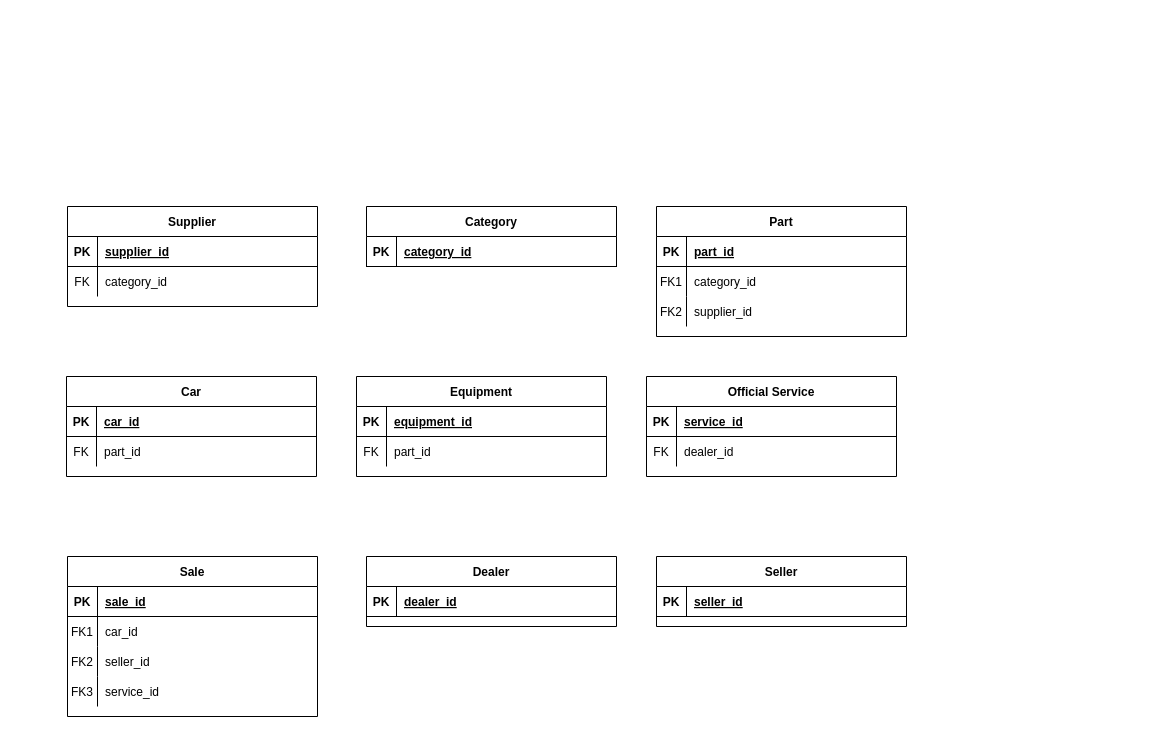
The draw.io diagram postgresql.drawio in yohana993/Postgresql, before the edit. Source tidied: cells renumbered, new cells numbered last; positions are measured from the earlier drawing's top-left corner, leaving out a move shared by most shapes. Both pictures are drawn from the tidied source at 100%, with x=0, y=0 at pixel (66, 206).
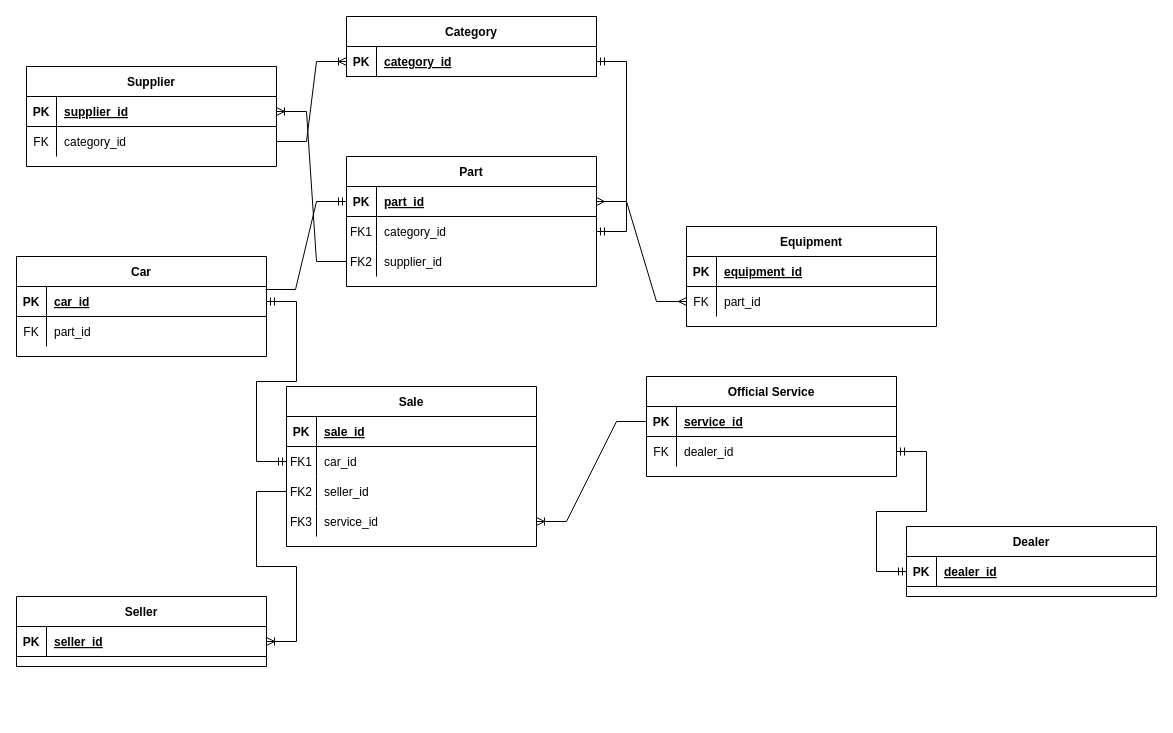
After the change.

The change refers to these unchanged cells:
```xml
<mxCell id="3" style="shape=partialRectangle;fillColor=none;points=[[0,0.5],[1,0.5]];portConstraint=eastwest;top=0;left=0;right=0;bottom=1;" parent="2" vertex="1">
  <mxGeometry y="30" width="250" height="30" as="geometry" />
</mxCell>
<mxCell id="7" style="shape=partialRectangle;fillColor=none;points=[[0,0.5],[1,0.5]];portConstraint=eastwest;top=0;left=0;right=0;bottom=1;" parent="6" vertex="1">
  <mxGeometry y="30" width="250" height="30" as="geometry" />
</mxCell>
<mxCell id="14" style="shape=partialRectangle;fillColor=none;points=[[0,0.5],[1,0.5]];portConstraint=eastwest;top=0;left=0;right=0;bottom=1;" parent="13" vertex="1">
  <mxGeometry y="30" width="250" height="30" as="geometry" />
</mxCell>
<mxCell id="17" style="shape=partialRectangle;fillColor=none;points=[[0,0.5],[1,0.5]];portConstraint=eastwest;top=0;left=0;right=0;bottom=0;" parent="13" vertex="1">
  <mxGeometry y="60" width="250" height="30" as="geometry" />
</mxCell>
<mxCell id="24" style="shape=partialRectangle;fillColor=none;points=[[0,0.5],[1,0.5]];portConstraint=eastwest;top=0;left=0;right=0;bottom=0;" parent="20" vertex="1">
  <mxGeometry y="60" width="250" height="30" as="geometry" />
</mxCell>
<mxCell id="27" style="shape=partialRectangle;fillColor=none;points=[[0,0.5],[1,0.5]];portConstraint=eastwest;top=0;left=0;right=0;bottom=0;" parent="20" vertex="1">
  <mxGeometry y="90" width="250" height="30" as="geometry" />
</mxCell>
<mxCell id="30" style="shape=partialRectangle;fillColor=none;points=[[0,0.5],[1,0.5]];portConstraint=eastwest;top=0;left=0;right=0;bottom=0;" parent="20" vertex="1">
  <mxGeometry y="120" width="250" height="30" as="geometry" />
</mxCell>
<mxCell id="34" style="shape=partialRectangle;fillColor=none;points=[[0,0.5],[1,0.5]];portConstraint=eastwest;top=0;left=0;right=0;bottom=1;" parent="33" vertex="1">
  <mxGeometry y="30" width="250" height="30" as="geometry" />
</mxCell>
<mxCell id="38" style="shape=partialRectangle;fillColor=none;points=[[0,0.5],[1,0.5]];portConstraint=eastwest;top=0;left=0;right=0;bottom=1;" parent="37" vertex="1">
  <mxGeometry y="30" width="250" height="30" as="geometry" />
</mxCell>
<mxCell id="42" style="shape=partialRectangle;fillColor=none;points=[[0,0.5],[1,0.5]];portConstraint=eastwest;top=0;left=0;right=0;bottom=1;" parent="41" vertex="1">
  <mxGeometry y="30" width="250" height="30" as="geometry" />
</mxCell>
<mxCell id="45" style="shape=partialRectangle;fillColor=none;points=[[0,0.5],[1,0.5]];portConstraint=eastwest;top=0;left=0;right=0;bottom=0;" parent="41" vertex="1">
  <mxGeometry y="60" width="250" height="30" as="geometry" />
</mxCell>
<mxCell id="49" style="shape=partialRectangle;fillColor=none;points=[[0,0.5],[1,0.5]];portConstraint=eastwest;top=0;left=0;right=0;bottom=1;" parent="48" vertex="1">
  <mxGeometry y="30" width="250" height="30" as="geometry" />
</mxCell>
<mxCell id="52" style="shape=partialRectangle;fillColor=none;points=[[0,0.5],[1,0.5]];portConstraint=eastwest;top=0;left=0;right=0;bottom=0;" parent="48" vertex="1">
  <mxGeometry y="60" width="250" height="30" as="geometry" />
</mxCell>
<mxCell id="55" style="shape=partialRectangle;fillColor=none;points=[[0,0.5],[1,0.5]];portConstraint=eastwest;top=0;left=0;right=0;bottom=0;" parent="48" vertex="1">
  <mxGeometry y="90" width="250" height="30" as="geometry" />
</mxCell>
<mxCell id="62" style="shape=partialRectangle;fillColor=none;points=[[0,0.5],[1,0.5]];portConstraint=eastwest;top=0;left=0;right=0;bottom=0;" parent="58" vertex="1">
  <mxGeometry y="60" width="250" height="30" as="geometry" />
</mxCell>
```

Diff of the diagram source:
```diff
@@
     <mxCell id="2" value="Category" style="shape=table;startSize=30;childLayout=tableLayout;rowLines=0;fontStyle=1;align=center;" parent="1" vertex="1">
-      <mxGeometry x="300" width="250" height="60" as="geometry" />
+      <mxGeometry x="280" y="-190" width="250" height="60" as="geometry" />
     </mxCell>
@@
     <mxCell id="6" value="Car" style="shape=table;startSize=30;childLayout=tableLayout;rowLines=0;fontStyle=1;align=center;" parent="1" vertex="1">
-      <mxGeometry y="170" width="250" height="100" as="geometry" />
+      <mxGeometry x="-50" y="50" width="250" height="100" as="geometry" />
     </mxCell>
@@
     <mxCell id="20" value="Sale" style="shape=table;startSize=30;childLayout=tableLayout;rowLines=0;fontStyle=1;align=center;" parent="1" vertex="1">
-      <mxGeometry x="1" y="350" width="250" height="160" as="geometry" />
+      <mxGeometry x="220" y="180" width="250" height="160" as="geometry" />
     </mxCell>
@@
     <mxCell id="33" value="Dealer" style="shape=table;startSize=30;childLayout=tableLayout;rowLines=0;fontStyle=1;align=center;" parent="1" vertex="1">
-      <mxGeometry x="300" y="350" width="250" height="70" as="geometry" />
+      <mxGeometry x="840" y="320" width="250" height="70" as="geometry" />
     </mxCell>
@@
     <mxCell id="37" value="Seller" style="shape=table;startSize=30;childLayout=tableLayout;rowLines=0;fontStyle=1;align=center;" parent="1" vertex="1">
-      <mxGeometry x="590" y="350" width="250" height="70" as="geometry" />
+      <mxGeometry x="-50" y="390" width="250" height="70" as="geometry" />
     </mxCell>
@@
     <mxCell id="41" value="Supplier" style="shape=table;startSize=30;childLayout=tableLayout;rowLines=0;fontStyle=1;align=center;" parent="1" vertex="1">
-      <mxGeometry x="1" width="250" height="100" as="geometry" />
+      <mxGeometry x="-40" y="-140" width="250" height="100" as="geometry" />
     </mxCell>
@@
     <mxCell id="48" value="Part" style="shape=table;startSize=30;childLayout=tableLayout;rowLines=0;fontStyle=1;align=center;" parent="1" vertex="1">
-      <mxGeometry x="590" width="250" height="130" as="geometry" />
+      <mxGeometry x="280" y="-50" width="250" height="130" as="geometry" />
     </mxCell>
@@
     <mxCell id="58" value="Equipment" style="shape=table;startSize=30;childLayout=tableLayout;rowLines=0;fontStyle=1;align=center;" parent="1" vertex="1">
-      <mxGeometry x="290" y="170" width="250" height="100" as="geometry" />
+      <mxGeometry x="620" y="20" width="250" height="100" as="geometry" />
     </mxCell>
@@
+    <mxCell id="65" style="edgeStyle=entityRelationEdgeStyle;fontSize=12;html=1;endArrow=ERoneToMany;rounded=0;entryX=1;entryY=0.5;entryDx=0;entryDy=0;exitX=0;exitY=0.5;exitDx=0;exitDy=0;" parent="1" edge="1" source="27" target="38">
+      <mxGeometry relative="1" as="geometry" />
+    </mxCell>
+    <mxCell id="66" style="edgeStyle=entityRelationEdgeStyle;fontSize=12;html=1;endArrow=ERmandOne;startArrow=ERmandOne;rounded=0;entryX=0;entryY=0.5;entryDx=0;entryDy=0;exitX=1;exitY=0.5;exitDx=0;exitDy=0;" parent="1" edge="1" source="17" target="34">
+      <mxGeometry relative="1" as="geometry" />
+    </mxCell>
+    <mxCell id="67" style="edgeStyle=entityRelationEdgeStyle;fontSize=12;html=1;endArrow=ERmandOne;startArrow=ERmandOne;rounded=0;exitX=1;exitY=0.5;exitDx=0;exitDy=0;entryX=0;entryY=0.5;entryDx=0;entryDy=0;" parent="1" edge="1" source="7" target="24">
+      <mxGeometry relative="1" as="geometry" />
+    </mxCell>
+    <mxCell id="68" style="edgeStyle=entityRelationEdgeStyle;fontSize=12;html=1;endArrow=ERoneToMany;rounded=0;exitX=1;exitY=0.5;exitDx=0;exitDy=0;entryX=0;entryY=0.5;entryDx=0;entryDy=0;" parent="1" edge="1" source="45" target="3">
+      <mxGeometry relative="1" as="geometry" />
+    </mxCell>
+    <mxCell id="69" style="edgeStyle=entityRelationEdgeStyle;fontSize=12;html=1;endArrow=ERmandOne;startArrow=ERmandOne;rounded=0;entryX=1;entryY=0.5;entryDx=0;entryDy=0;exitX=1;exitY=0.5;exitDx=0;exitDy=0;" parent="1" edge="1" source="3" target="52">
+      <mxGeometry relative="1" as="geometry" />
+    </mxCell>
+    <mxCell id="70" style="edgeStyle=entityRelationEdgeStyle;fontSize=12;html=1;endArrow=ERoneToMany;rounded=0;entryX=1;entryY=0.5;entryDx=0;entryDy=0;exitX=0;exitY=0.5;exitDx=0;exitDy=0;" parent="1" edge="1" source="55" target="42">
+      <mxGeometry relative="1" as="geometry" />
+    </mxCell>
+    <mxCell id="71" style="edgeStyle=entityRelationEdgeStyle;fontSize=12;html=1;endArrow=ERmany;startArrow=ERmany;rounded=0;entryX=0;entryY=0.5;entryDx=0;entryDy=0;exitX=1;exitY=0.5;exitDx=0;exitDy=0;" parent="1" edge="1" source="49" target="62">
+      <mxGeometry relative="1" as="geometry" />
+    </mxCell>
+    <mxCell id="72" style="edgeStyle=entityRelationEdgeStyle;fontSize=12;html=1;endArrow=ERmandOne;rounded=0;exitX=0.996;exitY=0.1;exitDx=0;exitDy=0;entryX=0;entryY=0.5;entryDx=0;entryDy=0;exitPerimeter=0;" parent="1" edge="1" source="7" target="49">
+      <mxGeometry relative="1" as="geometry">
+        <Array as="points">
+          <mxPoint x="260" y="270" />
+          <mxPoint x="150" y="80" />
+          <mxPoint x="160" y="90" />
+          <mxPoint x="130" y="40" />
+        </Array>
+      </mxGeometry>
+    </mxCell>
+    <mxCell id="73" style="edgeStyle=entityRelationEdgeStyle;fontSize=12;html=1;endArrow=ERoneToMany;rounded=0;exitX=0;exitY=0.5;exitDx=0;exitDy=0;entryX=1;entryY=0.5;entryDx=0;entryDy=0;" parent="1" edge="1" source="14" target="30">
+      <mxGeometry relative="1" as="geometry" />
+    </mxCell>
```
